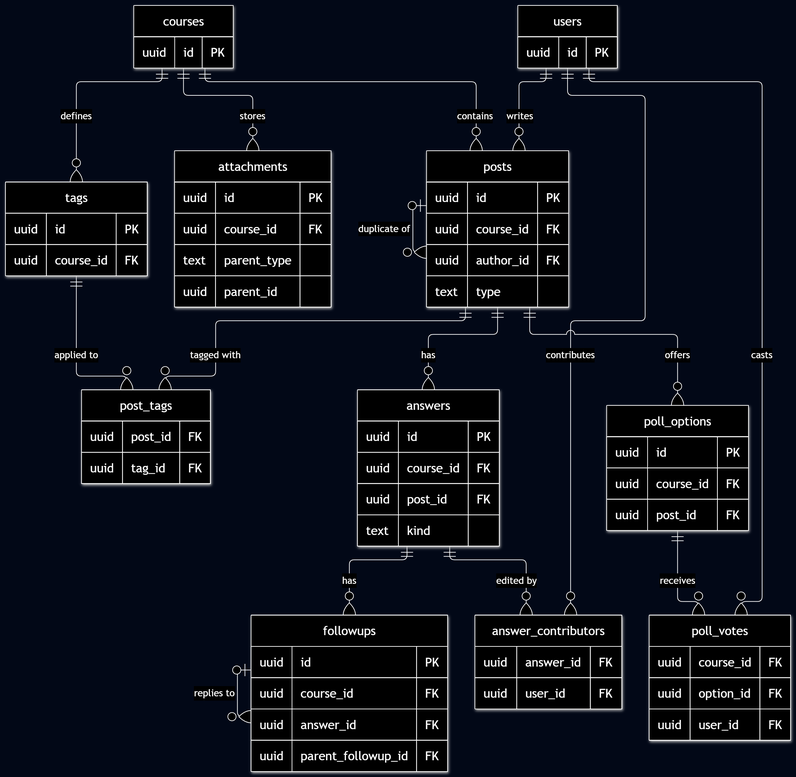
Above: diagrams/er-posts-discussion/er-posts-discussion.png in drh-14/ChalkTalk (Mermaid), before the change. Its source is kept beside it as diagrams/er-posts-discussion/er-posts-discussion.mmd.
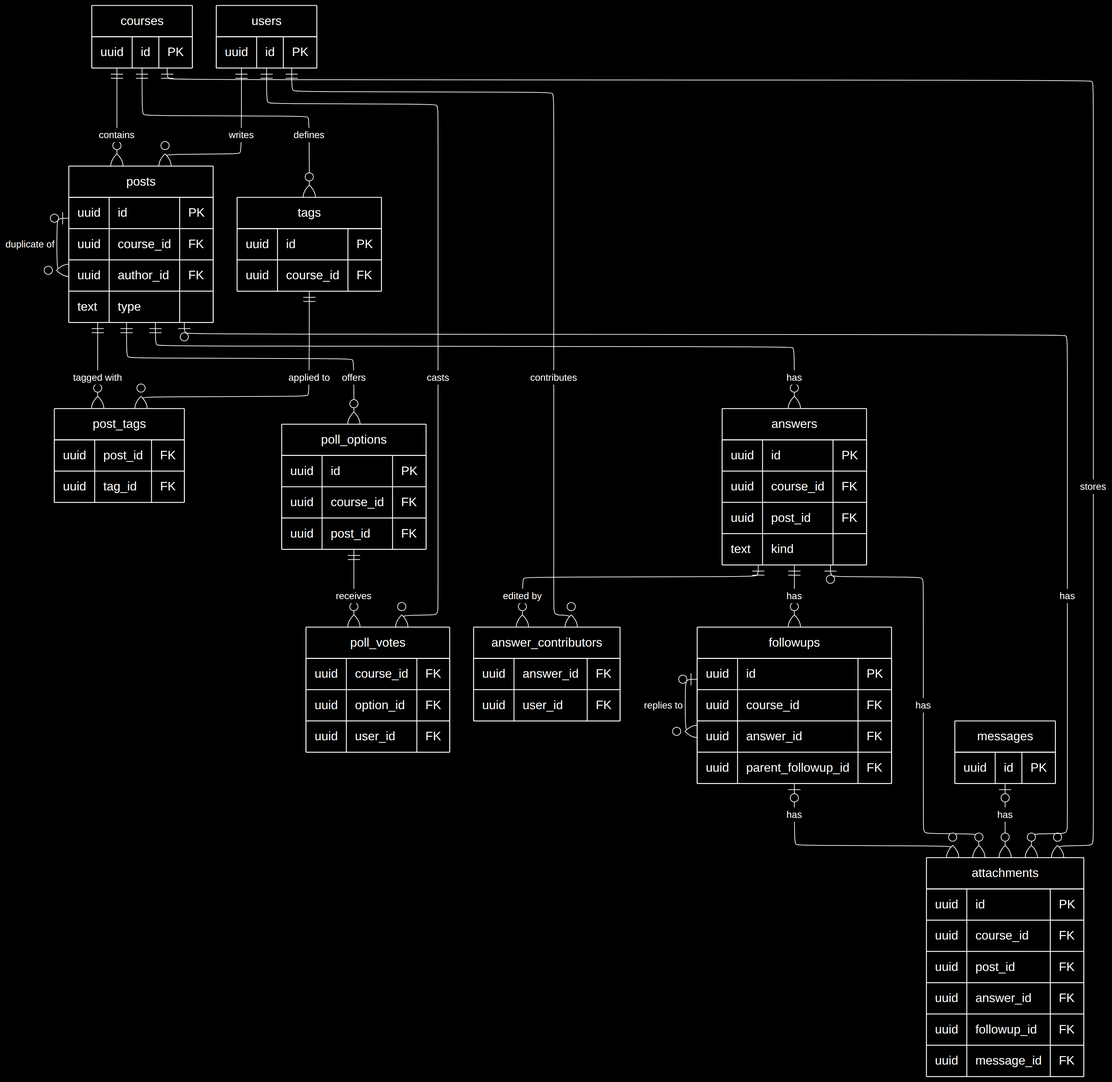
The same file after the commit.

Change to the diagram source:
```diff
@@ -1,4 +1,4 @@
-%%{init: {"theme": "base", "er": {"fontSize": 18, "useMaxWidth": false}, "themeCSS": "g.node rect, g.node path, g.node polygon, .entityBox, .attributeBoxOdd, .attributeBoxEven, .row-rect-odd path, .row-rect-even path { fill: #000000 !important; stroke: #FFFFFF !important; } .divider path { stroke: #FFFFFF !important; } .nodeLabel, .nodeLabel p, .nodeLabel span, .label, .label div, .label span, text, .entityLabel { color: #FFFFFF !important; fill: #FFFFFF !important; } .relationshipLine, .edgePath path, path.relation, .relationshipLine path { stroke: #FFFFFF !important; } marker path, marker circle { stroke: #FFFFFF !important; fill: #000000 !important; } .relationshipLabelBox, .labelBkg, .edgeLabel, .edgeLabel rect, .edgeLabel p, .edgeLabel span, .edgeLabel div { fill: #000000 !important; background-color: #000000 !important; color: #FFFFFF !important; opacity: 1 !important; }", "themeVariables": {"darkMode": true, "fontSize": "18px", "background": "#000000", "primaryColor": "#000000", "primaryTextColor": "#FFFFFF", "primaryBorderColor": "#FFFFFF", "secondaryColor": "#000000", "tertiaryColor": "#000000", "mainBkg": "#000000", "lineColor": "#FFFFFF", "textColor": "#FFFFFF", "nodeTextColor": "#FFFFFF", "nodeBorder": "#FFFFFF", "attributeBackgroundColorOdd": "#000000", "attributeBackgroundColorEven": "#000000", "relationColor": "#FFFFFF", "relationLabelBackground": "#000000", "relationLabelColor": "#FFFFFF", "edgeLabelBackground": "#000000"}}}%%
+%%{init: {"theme": "base", "er": {"fontSize": 18, "useMaxWidth": false}, "themeCSS": "g.node rect, g.node path, g.node polygon, .entityBox, .attributeBoxOdd, .attributeBoxEven, .row-rect-odd path, .row-rect-even path { fill: #000000 !important; stroke: #FFFFFF !important; } .divider path { stroke: #FFFFFF !important; } .nodeLabel, .nodeLabel p, .nodeLabel span, .label, .label div, .label span, text, .entityLabel { color: #FFFFFF !important; fill: #FFFFFF !important; } .relationshipLine, .edgePath path, path.relation, .relationshipLine path { stroke: #FFFFFF !important; } marker path, marker circle { stroke: #FFFFFF !important; fill: #000000 !important; } .relationshipLabelBox, .labelBkg, .edgeLabel, .edgeLabel rect, .edgeLabel p, .edgeLabel span, .edgeLabel div { fill: #000000 !important; background-color: #000000 !important; color: #FFFFFF !important; opacity: 1 !important; }", "themeVariables": {"darkMode": true, "fontSize": "18px", "background": "#000000", "primaryColor": "#000000", "primaryTextColor": "#FFFFFF", "primaryBorderColor": "#FFFFFF", "secondaryColor": "#000000", "tertiaryColor": "#000000", "mainBkg": "#000000", "lineColor": "#FFFFFF", "textColor": "#FFFFFF", "nodeTextColor": "#FFFFFF", "nodeBorder": "#FFFFFF", "attributeBackgroundColorOdd": "#000000", "attributeBackgroundColorEven": "#000000", "relationColor": "#FFFFFF", "relationLabelBackground": "#000000", "relationLabelColor": "#FFFFFF", "edgeLabelBackground": "#000000"}, "layout": "elk", "elk": {"mergeEdges": false, "nodePlacementStrategy": "BRANDES_KOEPF"}}}%%
 erDiagram
   courses ||--o{ posts : "contains"
   courses ||--o{ tags : "defines"
@@ -15,6 +15,10 @@
   answers ||--o{ followups : "has"
   followups |o--o{ followups : "replies to"
   courses ||--o{ attachments : "stores"
+  posts |o--o{ attachments : "has"
+  answers |o--o{ attachments : "has"
+  followups |o--o{ attachments : "has"
+  messages |o--o{ attachments : "has"
 
   courses {
     uuid id PK
@@ -65,6 +69,11 @@
   attachments {
     uuid id PK
     uuid course_id FK
-    text parent_type
-    uuid parent_id
+    uuid post_id FK
+    uuid answer_id FK
+    uuid followup_id FK
+    uuid message_id FK
   }
+  messages {
+    uuid id PK
+  }
```
